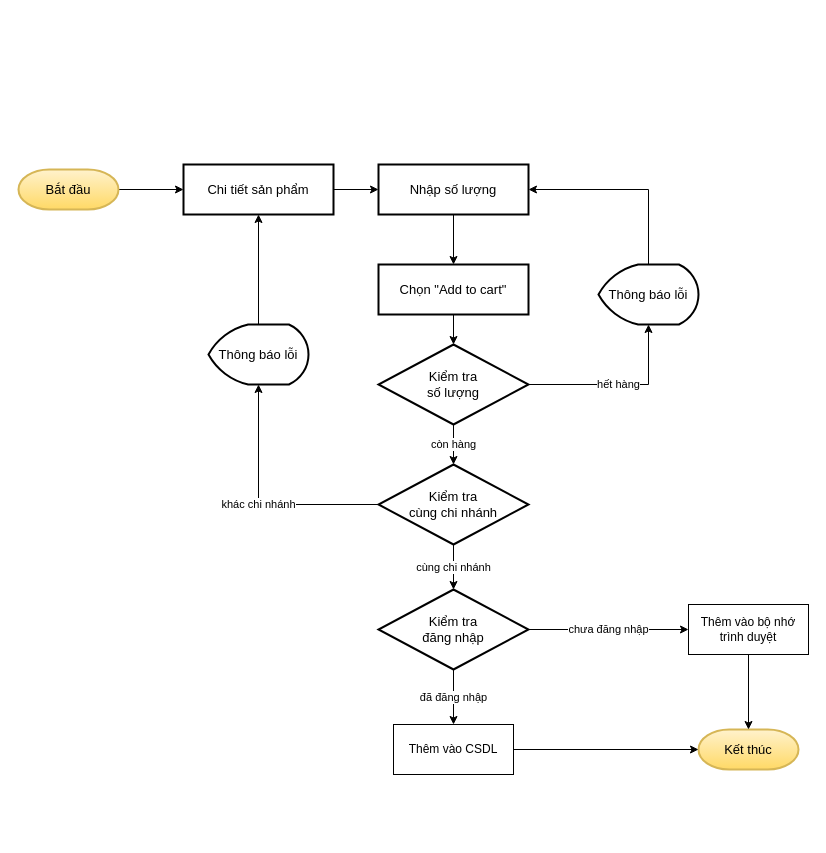
Before: Diagrams/Flowchart/cus_add_to_cart.drawio in vfon98/thesis-storozone-documents, a draw.io diagram. Source tidied: cells renumbered, new cells numbered last; positions are measured from the earlier drawing's top-left corner, leaving out a move shared by most shapes. Both pictures are drawn from the tidied source at 100%, with x=0, y=0 at pixel (18, 164).
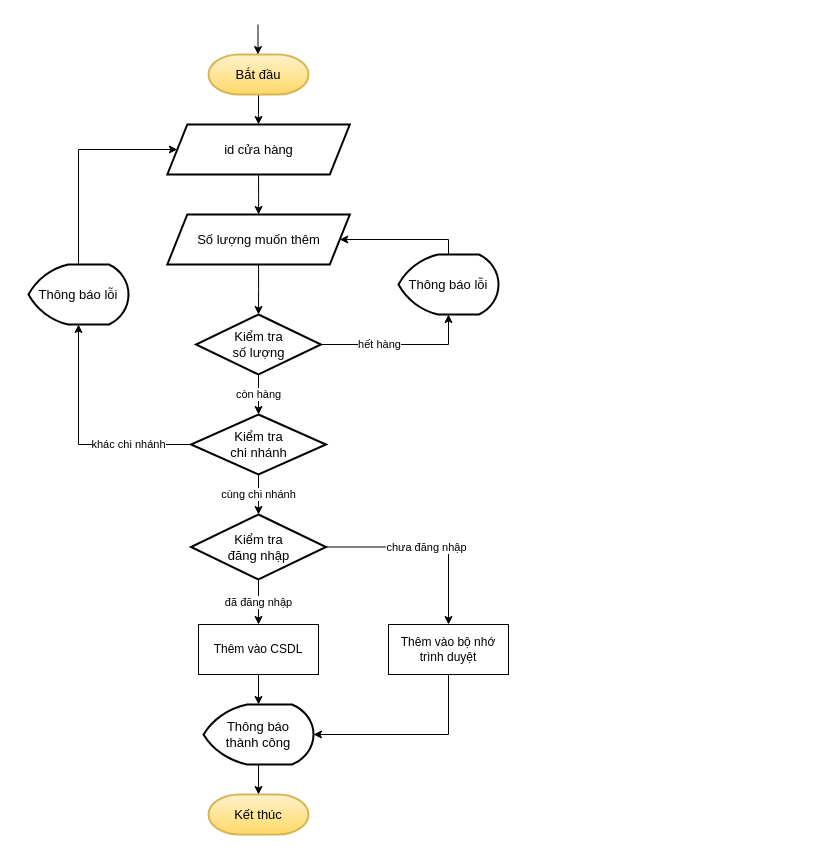
The same diagram, later.

The edit, as a diff of the source:
```diff
@@
     <mxCell id="2" value="Kết thúc" style="strokeWidth=2;html=1;shape=mxgraph.flowchart.terminator;whiteSpace=wrap;labelBorderColor=none;fontSize=13;fontStyle=0;fillColor=#fff2cc;strokeColor=#d6b656;gradientColor=#ffd966;" parent="1" vertex="1">
-      <mxGeometry x="680" y="565" width="100" height="40" as="geometry" />
+      <mxGeometry x="190" y="630" width="100" height="40" as="geometry" />
     </mxCell>
-    <mxCell id="3" style="edgeStyle=orthogonalEdgeStyle;rounded=0;jettySize=auto;html=1;" parent="1" edge="1" source="4" target="6">
+    <mxCell id="3" style="edgeStyle=orthogonalEdgeStyle;rounded=0;jettySize=auto;html=1;entryX=0.5;entryY=0;entryDx=0;entryDy=0;" parent="1" edge="1" source="4" target="29">
       <mxGeometry relative="1" as="geometry" />
     </mxCell>
     <mxCell id="4" value="Bắt đầu" style="strokeWidth=2;html=1;shape=mxgraph.flowchart.terminator;whiteSpace=wrap;labelBorderColor=none;fontSize=13;fontStyle=0;fillColor=#fff2cc;strokeColor=#d6b656;gradientColor=#ffd966;" parent="1" vertex="1">
-      <mxGeometry y="5" width="100" height="40" as="geometry" />
+      <mxGeometry x="190" y="-110" width="100" height="40" as="geometry" />
     </mxCell>
-    <mxCell id="5" style="edgeStyle=orthogonalEdgeStyle;rounded=0;jettySize=auto;html=1;" parent="1" edge="1" source="6" target="23">
+    <mxCell id="5" style="edgeStyle=orthogonalEdgeStyle;rounded=0;jettySize=auto;html=1;exitX=0.5;exitY=1;exitDx=0;exitDy=0;entryX=0.5;entryY=0;entryDx=0;entryDy=0;" parent="1" edge="1" source="30" target="14">
       <mxGeometry relative="1" as="geometry" />
     </mxCell>
-    <mxCell id="6" value="Chi tiết sản phẩm" style="whiteSpace=wrap;html=1;strokeWidth=2;labelBorderColor=none;fontSize=13;fontStyle=0;" parent="1" vertex="1">
-      <mxGeometry x="165" width="150" height="50" as="geometry" />
-    </mxCell>
-    <mxCell id="7" style="edgeStyle=orthogonalEdgeStyle;rounded=0;jettySize=auto;html=1;" parent="1" edge="1" source="8" target="14">
-      <mxGeometry relative="1" as="geometry" />
-    </mxCell>
-    <mxCell id="8" value="Chọn &quot;Add to cart&quot;" style="whiteSpace=wrap;html=1;strokeWidth=2;labelBorderColor=none;fontSize=13;fontStyle=0;" parent="1" vertex="1">
-      <mxGeometry x="360" y="100" width="150" height="50" as="geometry" />
-    </mxCell>
@@
-    <mxCell id="10" style="edgeStyle=orthogonalEdgeStyle;rounded=0;jettySize=auto;html=1;" parent="1" edge="1" source="26" target="6">
-      <mxGeometry x="0.09" y="-20" relative="1" as="geometry" />
-    </mxCell>
+    <mxCell id="27" value="khác chi nhánh" style="edgeStyle=orthogonalEdgeStyle;rounded=0;jettySize=auto;html=1;entryX=0.5;entryY=1;entryDx=0;entryDy=0;entryPerimeter=0;" parent="1" edge="1" source="11" target="26">
+      <mxGeometry x="-0.46" relative="1" as="geometry" />
+    </mxCell>
-    <mxCell id="11" value="Kiểm tra&lt;br&gt;cùng chi nhánh" style="rhombus;whiteSpace=wrap;html=1;strokeWidth=2;labelBorderColor=none;fontSize=13;fontStyle=0;" parent="1" vertex="1">
-      <mxGeometry x="360" y="300" width="150" height="80" as="geometry" />
+    <mxCell id="11" value="Kiểm tra&lt;br&gt;chi nhánh" style="rhombus;whiteSpace=wrap;html=1;strokeWidth=2;labelBorderColor=none;fontSize=13;fontStyle=0;" parent="1" vertex="1">
+      <mxGeometry x="172.5" y="250" width="135" height="60" as="geometry" />
     </mxCell>
-    <mxCell id="12" value="hết hàng" style="edgeStyle=orthogonalEdgeStyle;rounded=0;jettySize=auto;html=1;" parent="1" edge="1" source="14" target="25">
-      <mxGeometry relative="1" as="geometry" />
+    <mxCell id="12" value="hết hàng" style="edgeStyle=orthogonalEdgeStyle;rounded=0;jettySize=auto;html=1;entryX=0.5;entryY=1;entryDx=0;entryDy=0;entryPerimeter=0;" parent="1" edge="1" source="14" target="25">
+      <mxGeometry x="-0.26" relative="1" as="geometry" />
     </mxCell>
@@
     <mxCell id="14" value="Kiểm tra&lt;br&gt;số lượng" style="rhombus;whiteSpace=wrap;html=1;strokeWidth=2;labelBorderColor=none;fontSize=13;fontStyle=0;" parent="1" vertex="1">
-      <mxGeometry x="360" y="180" width="150" height="80" as="geometry" />
+      <mxGeometry x="177.5" y="150" width="125" height="60" as="geometry" />
     </mxCell>
@@
     <mxCell id="17" value="Kiểm tra&lt;br&gt;đăng nhập" style="rhombus;whiteSpace=wrap;html=1;strokeWidth=2;labelBorderColor=none;fontSize=13;fontStyle=0;" parent="1" vertex="1">
-      <mxGeometry x="360" y="425" width="150" height="80" as="geometry" />
+      <mxGeometry x="172.5" y="350" width="135" height="65" as="geometry" />
     </mxCell>
-    <mxCell id="18" style="edgeStyle=orthogonalEdgeStyle;rounded=0;jettySize=auto;html=1;" parent="1" edge="1" source="19" target="2">
+    <mxCell id="18" style="edgeStyle=orthogonalEdgeStyle;rounded=0;jettySize=auto;html=1;" parent="1" edge="1" source="19" target="33">
       <mxGeometry relative="1" as="geometry" />
     </mxCell>
     <mxCell id="19" value="Thêm vào CSDL" style="rounded=0;whiteSpace=wrap;html=1;" parent="1" vertex="1">
-      <mxGeometry x="375" y="560" width="120" height="50" as="geometry" />
+      <mxGeometry x="180" y="460" width="120" height="50" as="geometry" />
     </mxCell>
-    <mxCell id="20" style="edgeStyle=orthogonalEdgeStyle;rounded=0;jettySize=auto;html=1;" parent="1" edge="1" source="21" target="2">
-      <mxGeometry relative="1" as="geometry" />
+    <mxCell id="20" style="edgeStyle=orthogonalEdgeStyle;rounded=0;jettySize=auto;html=1;entryX=1;entryY=0.5;entryDx=0;entryDy=0;entryPerimeter=0;" parent="1" edge="1" source="21" target="33">
+      <mxGeometry relative="1" as="geometry">
+        <Array as="points">
+          <mxPoint x="430" y="570" />
+        </Array>
+      </mxGeometry>
     </mxCell>
     <mxCell id="21" value="Thêm vào bộ nhớ&lt;br&gt;trình duyệt" style="rounded=0;whiteSpace=wrap;html=1;" parent="1" vertex="1">
-      <mxGeometry x="670" y="440" width="120" height="50" as="geometry" />
+      <mxGeometry x="370" y="460" width="120" height="50" as="geometry" />
     </mxCell>
-    <mxCell id="22" style="edgeStyle=orthogonalEdgeStyle;rounded=0;jettySize=auto;html=1;" parent="1" edge="1" source="23" target="8">
-      <mxGeometry relative="1" as="geometry" />
-    </mxCell>
-    <mxCell id="23" value="Nhập số lượng" style="whiteSpace=wrap;html=1;strokeWidth=2;labelBorderColor=none;fontSize=13;fontStyle=0;" parent="1" vertex="1">
-      <mxGeometry x="360" width="150" height="50" as="geometry" />
-    </mxCell>
-    <mxCell id="24" style="edgeStyle=orthogonalEdgeStyle;rounded=0;jettySize=auto;html=1;entryX=1;entryY=0.5;entryDx=0;entryDy=0;exitX=0.5;exitY=0;exitDx=0;exitDy=0;exitPerimeter=0;" parent="1" edge="1" source="25" target="23">
-      <mxGeometry relative="1" as="geometry" />
-    </mxCell>
+    <mxCell id="28" style="edgeStyle=orthogonalEdgeStyle;rounded=0;jettySize=auto;html=1;entryX=1;entryY=0.5;entryDx=0;entryDy=0;exitX=0.5;exitY=0;exitDx=0;exitDy=0;exitPerimeter=0;" parent="1" edge="1" source="25" target="30">
+      <mxGeometry relative="1" as="geometry">
+        <Array as="points">
+          <mxPoint x="430" y="75" />
+        </Array>
+      </mxGeometry>
+    </mxCell>
     <mxCell id="25" value="Thông báo lỗi" style="strokeWidth=2;html=1;shape=mxgraph.flowchart.display;whiteSpace=wrap;labelBorderColor=none;fontSize=13;fontStyle=0;" parent="1" vertex="1">
-      <mxGeometry x="580" y="100" width="100" height="60" as="geometry" />
+      <mxGeometry x="380" y="90" width="100" height="60" as="geometry" />
     </mxCell>
+    <mxCell id="29" value="id cửa hàng" style="shape=parallelogram;perimeter=parallelogramPerimeter;whiteSpace=wrap;html=1;fixedSize=1;strokeWidth=2;labelBorderColor=none;fontSize=13;fontStyle=0;" parent="1" vertex="1">
+      <mxGeometry x="148.8" y="-40" width="182.5" height="50" as="geometry" />
+    </mxCell>
+    <mxCell id="30" value="Số lượng muốn thêm" style="shape=parallelogram;perimeter=parallelogramPerimeter;whiteSpace=wrap;html=1;fixedSize=1;strokeWidth=2;labelBorderColor=none;fontSize=13;fontStyle=0;" parent="1" vertex="1">
+      <mxGeometry x="148.8" y="50" width="182.5" height="50" as="geometry" />
+    </mxCell>
+    <mxCell id="31" style="edgeStyle=orthogonalEdgeStyle;rounded=0;jettySize=auto;html=1;exitX=0.5;exitY=1;exitDx=0;exitDy=0;" parent="1" edge="1" source="29" target="30">
+      <mxGeometry relative="1" as="geometry" />
+    </mxCell>
+    <mxCell id="32" style="edgeStyle=orthogonalEdgeStyle;rounded=0;jettySize=auto;html=1;" parent="1" edge="1" source="33" target="2">
+      <mxGeometry relative="1" as="geometry" />
+    </mxCell>
+    <mxCell id="33" value="Thông báo&lt;br&gt;thành công" style="strokeWidth=2;html=1;shape=mxgraph.flowchart.display;whiteSpace=wrap;labelBorderColor=none;fontSize=13;fontStyle=0;" parent="1" vertex="1">
+      <mxGeometry x="185" y="540" width="110" height="60" as="geometry" />
+    </mxCell>
+    <mxCell id="34" style="edgeStyle=orthogonalEdgeStyle;rounded=0;jettySize=auto;html=1;entryX=0;entryY=0.5;entryDx=0;entryDy=0;" parent="1" edge="1" source="26" target="29">
+      <mxGeometry relative="1" as="geometry">
+        <Array as="points">
+          <mxPoint x="60" y="-15" />
+        </Array>
+      </mxGeometry>
+    </mxCell>
     <mxCell id="26" value="Thông báo lỗi" style="strokeWidth=2;html=1;shape=mxgraph.flowchart.display;whiteSpace=wrap;labelBorderColor=none;fontSize=13;fontStyle=0;" parent="1" vertex="1">
-      <mxGeometry x="190" y="160" width="100" height="60" as="geometry" />
+      <mxGeometry x="10" y="100" width="100" height="60" as="geometry" />
     </mxCell>
-    <mxCell id="27" value="khác chi nhánh" style="edgeStyle=orthogonalEdgeStyle;rounded=0;jettySize=auto;html=1;" parent="1" edge="1" source="11" target="26">
-      <mxGeometry relative="1" as="geometry" />
-    </mxCell>
+    <mxCell id="35" style="edgeStyle=orthogonalEdgeStyle;rounded=0;orthogonalLoop=1;jettySize=auto;html=1;entryX=0.5;entryY=0;entryDx=0;entryDy=0;" parent="1" edge="1">
+      <mxGeometry relative="1" as="geometry">
+        <mxPoint x="239.5" y="-140" as="sourcePoint" />
+        <mxPoint x="239.5" y="-110" as="targetPoint" />
+      </mxGeometry>
+    </mxCell>
```
